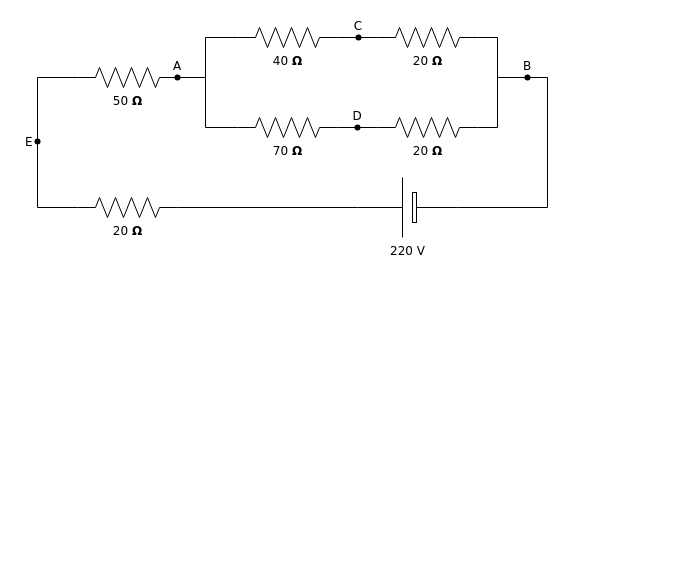
Above: 제목 없는 다이어그램.drawio in insubnia/drawio (draw.io), before the change. Source tidied: cells renumbered, new cells numbered last; positions are measured from the earlier drawing's top-left corner, leaving out a move shared by most shapes. Both pictures are drawn from the tidied source at 100%, with x=0, y=0 at pixel (17, 17).
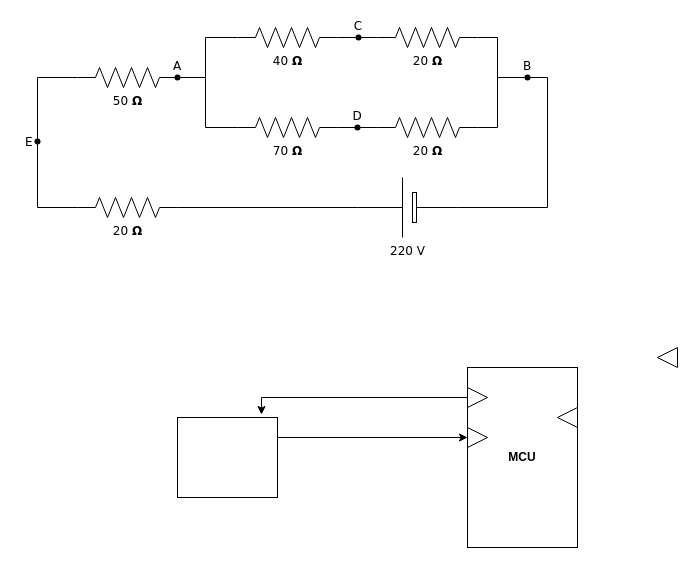
After the change.

Commit message:
제목 없는 다이어그램.drawio 업데이트

Change to the diagram source:
```diff
@@
+    <mxCell id="26" style="edgeStyle=orthogonalEdgeStyle;rounded=0;jettySize=auto;html=1;exitX=1;exitY=0.25;exitDx=0;exitDy=0;entryX=0;entryY=0.5;entryDx=0;entryDy=0;" parent="1" edge="1" source="27" target="31">
+      <mxGeometry relative="1" as="geometry" />
+    </mxCell>
+    <mxCell id="27" style="rounded=0;whiteSpace=wrap;html=1;" parent="1" vertex="1">
+      <mxGeometry x="160" y="400" width="100" height="80" as="geometry" />
+    </mxCell>
+    <mxCell id="28" value="MCU" style="rounded=0;whiteSpace=wrap;html=1;fontStyle=1;verticalAlign=middle;" parent="1" vertex="1">
+      <mxGeometry x="450" y="350" width="110" height="180" as="geometry" />
+    </mxCell>
+    <mxCell id="29" style="edgeStyle=orthogonalEdgeStyle;rounded=0;jettySize=auto;html=1;exitX=0;exitY=0.5;exitDx=0;exitDy=0;entryX=0.84;entryY=-0.037;entryDx=0;entryDy=0;entryPerimeter=0;" parent="1" edge="1" source="30" target="27">
+      <mxGeometry relative="1" as="geometry" />
+    </mxCell>
+    <mxCell id="30" style="triangle;whiteSpace=wrap;html=1;" parent="1" vertex="1">
+      <mxGeometry x="450" y="370" width="20" height="20" as="geometry" />
+    </mxCell>
+    <mxCell id="31" style="triangle;whiteSpace=wrap;html=1;" parent="1" vertex="1">
+      <mxGeometry x="450" y="410" width="20" height="20" as="geometry" />
+    </mxCell>
+    <mxCell id="32" style="triangle;whiteSpace=wrap;html=1;rotation=-180;" parent="1" vertex="1">
+      <mxGeometry x="640" y="330" width="20" height="20" as="geometry" />
+    </mxCell>
+    <mxCell id="33" style="triangle;whiteSpace=wrap;html=1;rotation=-180;" parent="1" vertex="1">
+      <mxGeometry x="540" y="390" width="20" height="20" as="geometry" />
+    </mxCell>
```
